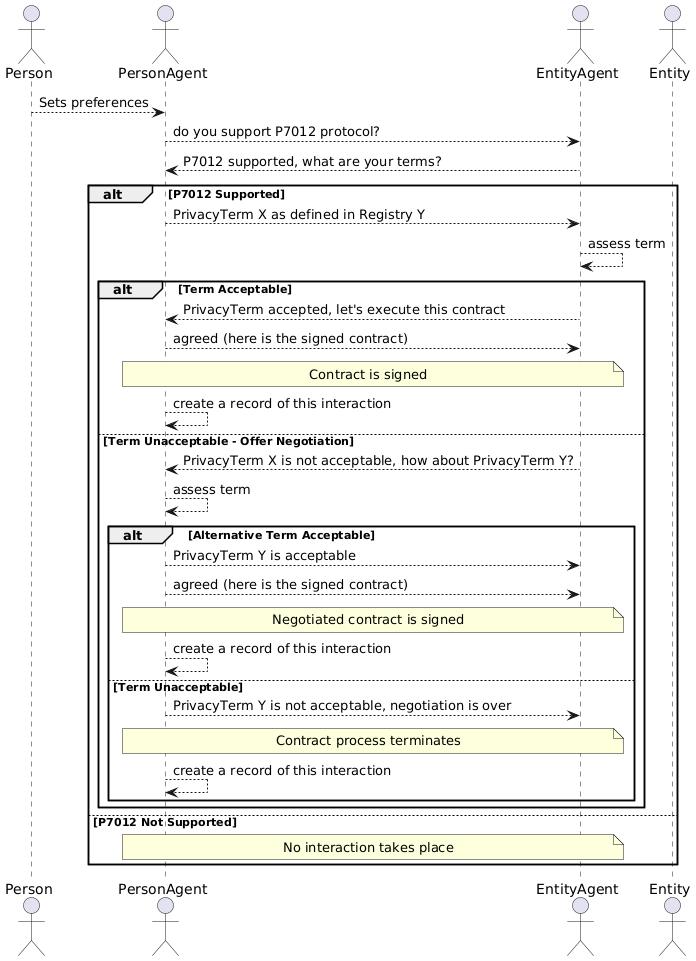
Before: 2.1-dev/diagrams/p7012-process-overview.png, a diagram exported from PlantUML (w3c/dpv).
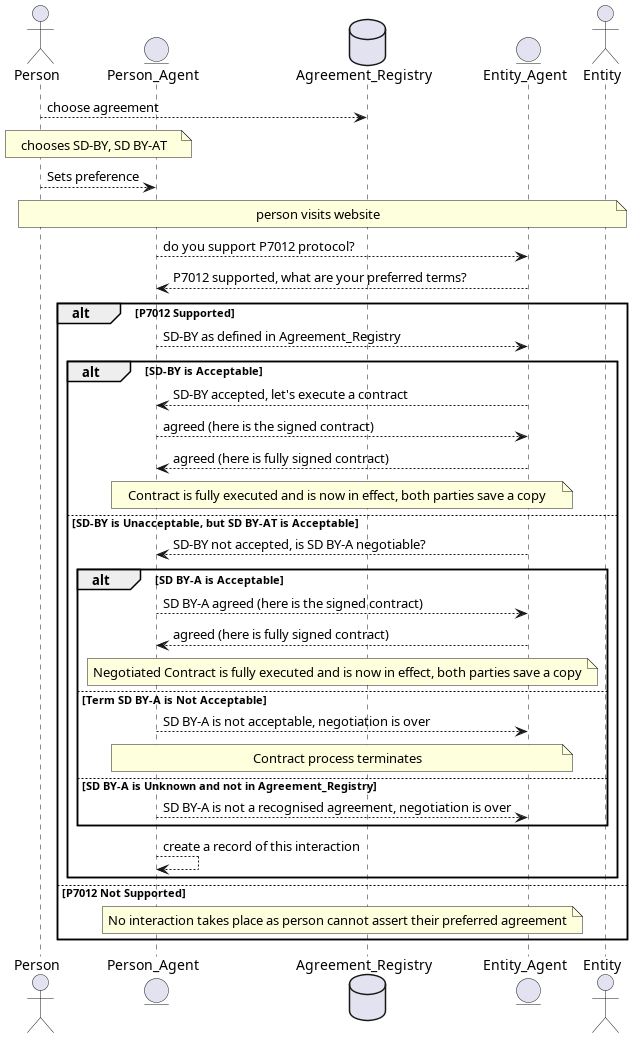
Later version of the same file.

Diff of the diagram source:
```diff
@@ -1,38 +1,41 @@
 @startuml
 actor Person as P
-actor PersonAgent as PA
-actor EntityAgent as PRA
+entity Person_Agent as PA
+database Agreement_Registry as R
+entity Entity_Agent as PRA
 actor Entity as SP
 
-P --> PA : Sets preferences
+P --> R: choose agreement
+note over P, PA: chooses SD-BY, SD BY-AT
+P --> PA : Sets preference
+note over P, SP: person visits website
 PA --> PRA : do you support P7012 protocol?
-PRA --> PA : P7012 supported, what are your terms?
+PRA --> PA : P7012 supported, what are your preferred terms?
 
 alt P7012 Supported
-    PA --> PRA : PrivacyTerm X as defined in Registry Y
+    PA --> PRA : SD-BY as defined in Agreement_Registry
 
-    PRA --> PRA : assess term
+    alt SD-BY is Acceptable
+        PRA --> PA : SD-BY accepted, let's execute a contract
+        PA --> PRA : agreed (here is the signed contract)
+        PRA --> PA : agreed (here is fully signed contract)
+        note over PRA, PA : Contract is fully executed and is now in effect, both parties save a copy
+    else SD-BY is Unacceptable, but SD BY-AT is Acceptable
+        PRA --> PA : SD-BY not accepted, is SD BY-A negotiable?
 
-    alt Term Acceptable
-        PRA --> PA : PrivacyTerm accepted, let's execute this contract
-        PA --> PRA : agreed (here is the signed contract)
-        note over PRA, PA : Contract is signed
+        alt SD BY-A is Acceptable
+            PA --> PRA : SD BY-A agreed (here is the signed contract)
+            PRA --> PA : agreed (here is fully signed contract)
+            note over PRA, PA : Negotiated Contract is fully executed and is now in effect, both parties save a copy
+        else Term SD BY-A is Not Acceptable
+            PA --> PRA: SD BY-A is not acceptable, negotiation is over
+            note over PRA, PA : Contract process terminates
+        else SD BY-A is Unknown and not in Agreement_Registry
+            PA --> PRA: SD BY-A is not a recognised agreement, negotiation is over
+        end
         PA --> PA : create a record of this interaction
-    else Term Unacceptable - Offer Negotiation
-        PRA --> PA : PrivacyTerm X is not acceptable, how about PrivacyTerm Y?
-        PA --> PA : assess term
-        alt Alternative Term Acceptable
-            PA --> PRA : PrivacyTerm Y is acceptable
-            PA --> PRA : agreed (here is the signed contract)
-            note over PRA, PA : Negotiated contract is signed
-        PA --> PA : create a record of this interaction
-        else Term Unacceptable
-            PA --> PRA: PrivacyTerm Y is not acceptable, negotiation is over
-            note over PRA, PA : Contract process terminates
-            PA --> PA : create a record of this interaction
-        end
     end
 else P7012 Not Supported
-    note over PRA, PA : No interaction takes place
+    note over PRA, PA : No interaction takes place as person cannot assert their preferred agreement
 end
 @enduml
```
